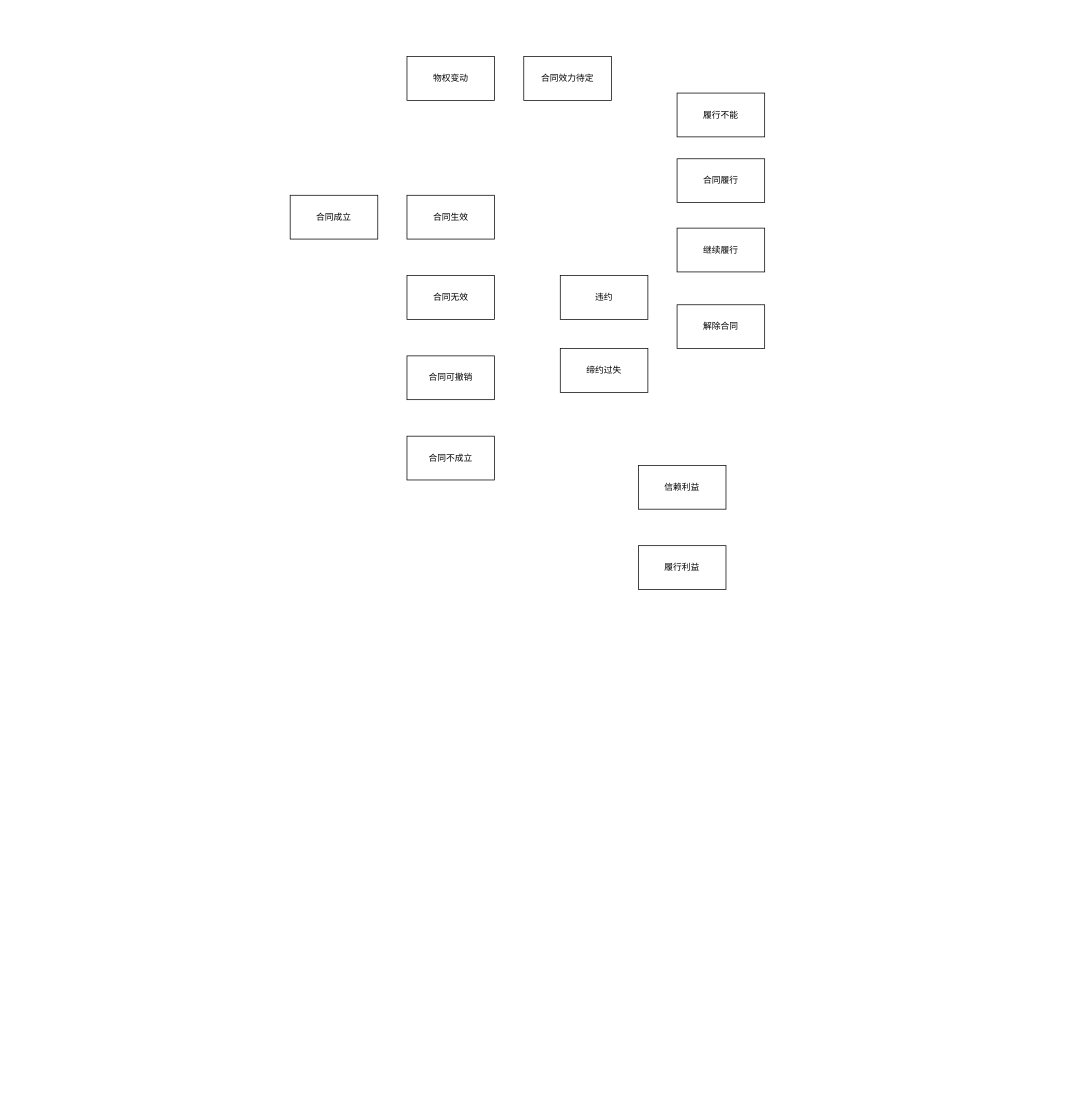
Before: raw/mind/司法考试.drawio in allenthinkingabu-hub/law, a draw.io diagram. Source tidied: cells renumbered, new cells numbered last; positions are measured from the earlier drawing's top-left corner, leaving out a move shared by most shapes. Both pictures are drawn from the tidied source at 73%, with x=0, y=0 at pixel (290, 56).
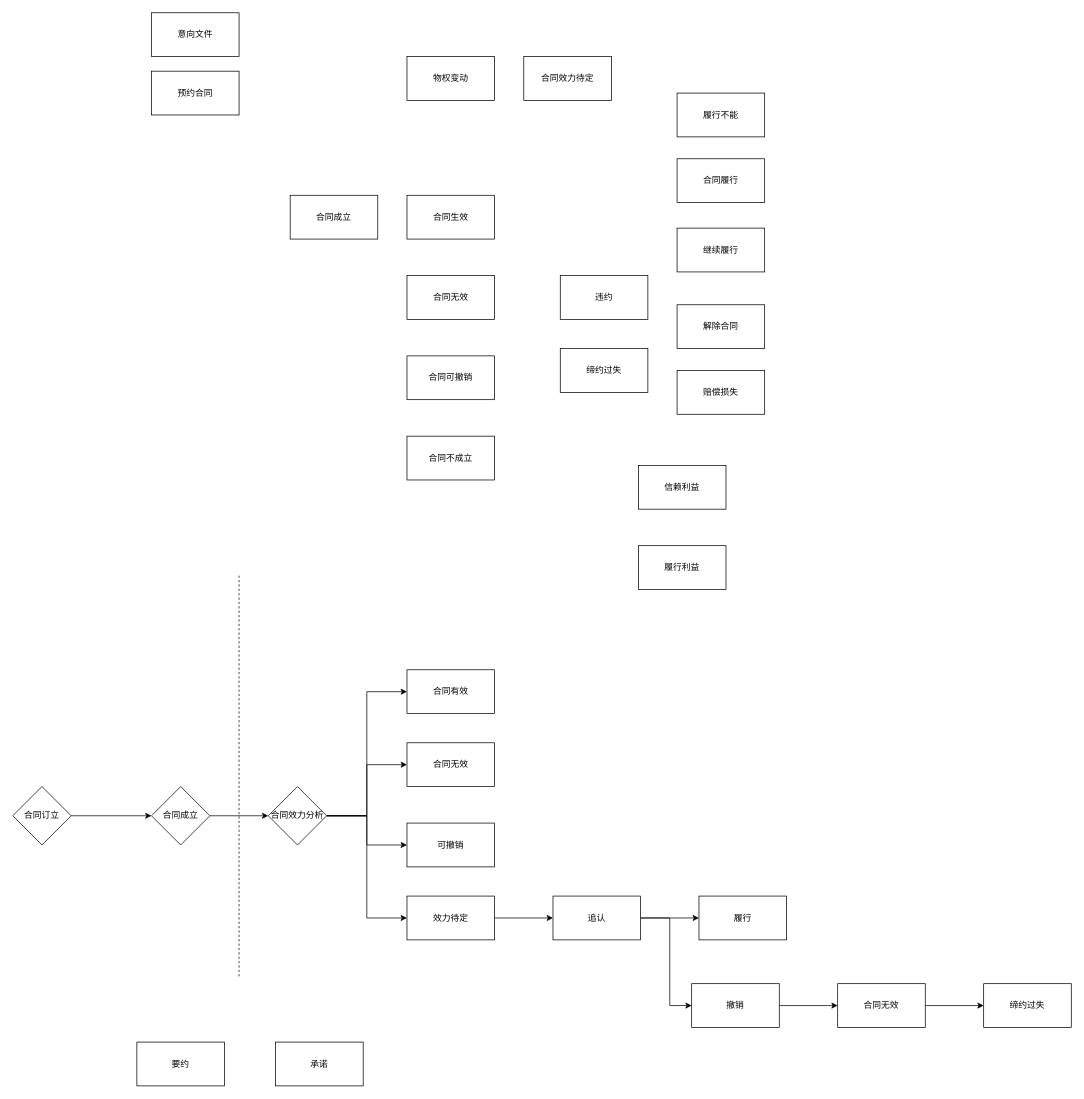
The same page after the edit.

What changed in the source:
```diff
@@
+    <mxCell id="17" value="预约合同" style="rounded=0;whiteSpace=wrap;html=1;" parent="1" vertex="1">
+      <mxGeometry x="-190" y="20" width="120" height="60" as="geometry" />
+    </mxCell>
+    <mxCell id="18" value="意向文件" style="rounded=0;whiteSpace=wrap;html=1;" parent="1" vertex="1">
+      <mxGeometry x="-190" y="-60" width="120" height="60" as="geometry" />
+    </mxCell>
+    <mxCell id="19" value="赔偿损失" style="rounded=0;whiteSpace=wrap;html=1;" parent="1" vertex="1">
+      <mxGeometry x="530" y="430" width="120" height="60" as="geometry" />
+    </mxCell>
+    <mxCell id="20" value="合同有效" style="rounded=0;whiteSpace=wrap;html=1;" parent="1" vertex="1">
+      <mxGeometry x="160" y="840" width="120" height="60" as="geometry" />
+    </mxCell>
+    <mxCell id="21" value="合同无效" style="rounded=0;whiteSpace=wrap;html=1;" parent="1" vertex="1">
+      <mxGeometry x="160" y="940" width="120" height="60" as="geometry" />
+    </mxCell>
+    <mxCell id="22" value="可撤销" style="rounded=0;whiteSpace=wrap;html=1;" parent="1" vertex="1">
+      <mxGeometry x="160" y="1050" width="120" height="60" as="geometry" />
+    </mxCell>
+    <mxCell id="23" style="edgeStyle=orthogonalEdgeStyle;rounded=0;jettySize=auto;html=1;" parent="1" edge="1" source="24" target="27">
+      <mxGeometry relative="1" as="geometry" />
+    </mxCell>
+    <mxCell id="24" value="效力待定" style="rounded=0;whiteSpace=wrap;html=1;" parent="1" vertex="1">
+      <mxGeometry x="160" y="1150" width="120" height="60" as="geometry" />
+    </mxCell>
+    <mxCell id="25" style="edgeStyle=orthogonalEdgeStyle;rounded=0;jettySize=auto;html=1;" parent="1" edge="1" source="27" target="28">
+      <mxGeometry relative="1" as="geometry" />
+    </mxCell>
+    <mxCell id="26" style="edgeStyle=orthogonalEdgeStyle;rounded=0;jettySize=auto;html=1;" parent="1" edge="1" source="27" target="30">
+      <mxGeometry relative="1" as="geometry">
+        <Array as="points">
+          <mxPoint x="520" y="1180" />
+          <mxPoint x="520" y="1300" />
+        </Array>
+      </mxGeometry>
+    </mxCell>
+    <mxCell id="27" value="追认" style="whiteSpace=wrap;html=1;rounded=0;" parent="1" vertex="1">
+      <mxGeometry x="360" y="1150" width="120" height="60" as="geometry" />
+    </mxCell>
+    <mxCell id="28" value="履行" style="whiteSpace=wrap;html=1;rounded=0;" parent="1" vertex="1">
+      <mxGeometry x="560" y="1150" width="120" height="60" as="geometry" />
+    </mxCell>
+    <mxCell id="29" style="edgeStyle=orthogonalEdgeStyle;rounded=0;jettySize=auto;html=1;" parent="1" edge="1" source="30" target="32">
+      <mxGeometry relative="1" as="geometry" />
+    </mxCell>
+    <mxCell id="30" value="撤销" style="whiteSpace=wrap;html=1;rounded=0;" parent="1" vertex="1">
+      <mxGeometry x="550" y="1270" width="120" height="60" as="geometry" />
+    </mxCell>
+    <mxCell id="31" style="edgeStyle=orthogonalEdgeStyle;rounded=0;jettySize=auto;html=1;" parent="1" edge="1" source="32" target="33">
+      <mxGeometry relative="1" as="geometry" />
+    </mxCell>
+    <mxCell id="32" value="合同无效" style="whiteSpace=wrap;html=1;rounded=0;" parent="1" vertex="1">
+      <mxGeometry x="750" y="1270" width="120" height="60" as="geometry" />
+    </mxCell>
+    <mxCell id="33" value="缔约过失" style="whiteSpace=wrap;html=1;rounded=0;" parent="1" vertex="1">
+      <mxGeometry x="950" y="1270" width="120" height="60" as="geometry" />
+    </mxCell>
+    <mxCell id="34" style="edgeStyle=orthogonalEdgeStyle;rounded=0;jettySize=auto;html=1;entryX=0;entryY=0.5;entryDx=0;entryDy=0;" parent="1" edge="1" source="38" target="20">
+      <mxGeometry relative="1" as="geometry" />
+    </mxCell>
+    <mxCell id="35" style="edgeStyle=orthogonalEdgeStyle;rounded=0;jettySize=auto;html=1;entryX=0;entryY=0.5;entryDx=0;entryDy=0;" parent="1" edge="1" source="38" target="21">
+      <mxGeometry relative="1" as="geometry" />
+    </mxCell>
+    <mxCell id="36" style="edgeStyle=orthogonalEdgeStyle;rounded=0;jettySize=auto;html=1;entryX=0;entryY=0.5;entryDx=0;entryDy=0;" parent="1" edge="1" source="38" target="22">
+      <mxGeometry relative="1" as="geometry" />
+    </mxCell>
+    <mxCell id="37" style="edgeStyle=orthogonalEdgeStyle;rounded=0;jettySize=auto;html=1;entryX=0;entryY=0.5;entryDx=0;entryDy=0;" parent="1" edge="1" source="38" target="24">
+      <mxGeometry relative="1" as="geometry" />
+    </mxCell>
+    <mxCell id="38" value="合同效力分析" style="rhombus;whiteSpace=wrap;html=1;" parent="1" vertex="1">
+      <mxGeometry x="-30" y="1000" width="80" height="80" as="geometry" />
+    </mxCell>
+    <mxCell id="39" style="edgeStyle=orthogonalEdgeStyle;rounded=0;jettySize=auto;html=1;entryX=0;entryY=0.5;entryDx=0;entryDy=0;" parent="1" edge="1" source="40" target="38">
+      <mxGeometry relative="1" as="geometry" />
+    </mxCell>
+    <mxCell id="40" value="合同成立" style="rhombus;whiteSpace=wrap;html=1;" parent="1" vertex="1">
+      <mxGeometry x="-190" y="1000" width="80" height="80" as="geometry" />
+    </mxCell>
+    <mxCell id="41" style="endArrow=none;dashed=1;html=1;rounded=0;" parent="1" edge="1">
+      <mxGeometry relative="1" as="geometry">
+        <mxPoint x="-70" y="1260" as="sourcePoint" />
+        <mxPoint x="-70" y="710" as="targetPoint" />
+      </mxGeometry>
+    </mxCell>
+    <mxCell id="42" style="edgeStyle=orthogonalEdgeStyle;rounded=0;jettySize=auto;html=1;entryX=0;entryY=0.5;entryDx=0;entryDy=0;" parent="1" edge="1" source="43" target="40">
+      <mxGeometry relative="1" as="geometry" />
+    </mxCell>
+    <mxCell id="43" value="合同订立" style="rhombus;whiteSpace=wrap;html=1;" parent="1" vertex="1">
+      <mxGeometry x="-380" y="1000" width="80" height="80" as="geometry" />
+    </mxCell>
+    <mxCell id="44" value="要约" style="rounded=0;whiteSpace=wrap;html=1;" parent="1" vertex="1">
+      <mxGeometry x="-210" y="1350" width="120" height="60" as="geometry" />
+    </mxCell>
+    <mxCell id="45" value="承诺" style="rounded=0;whiteSpace=wrap;html=1;" parent="1" vertex="1">
+      <mxGeometry x="-20" y="1350" width="120" height="60" as="geometry" />
+    </mxCell>
```
